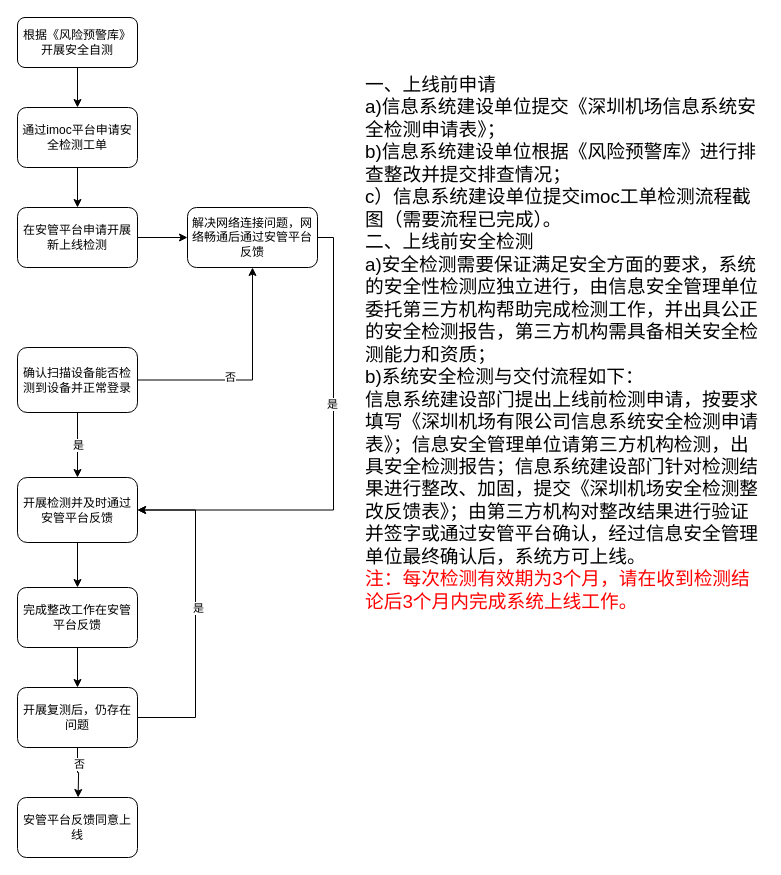
Earlier version of the draw.io diagram 未命名绘图.drawio (JJdwdas/HackReport). Source tidied: cells renumbered, new cells numbered last; positions are measured from the earlier drawing's top-left corner, leaving out a move shared by most shapes. Both pictures are drawn from the tidied source at 100%, with x=0, y=0 at pixel (17, 17).
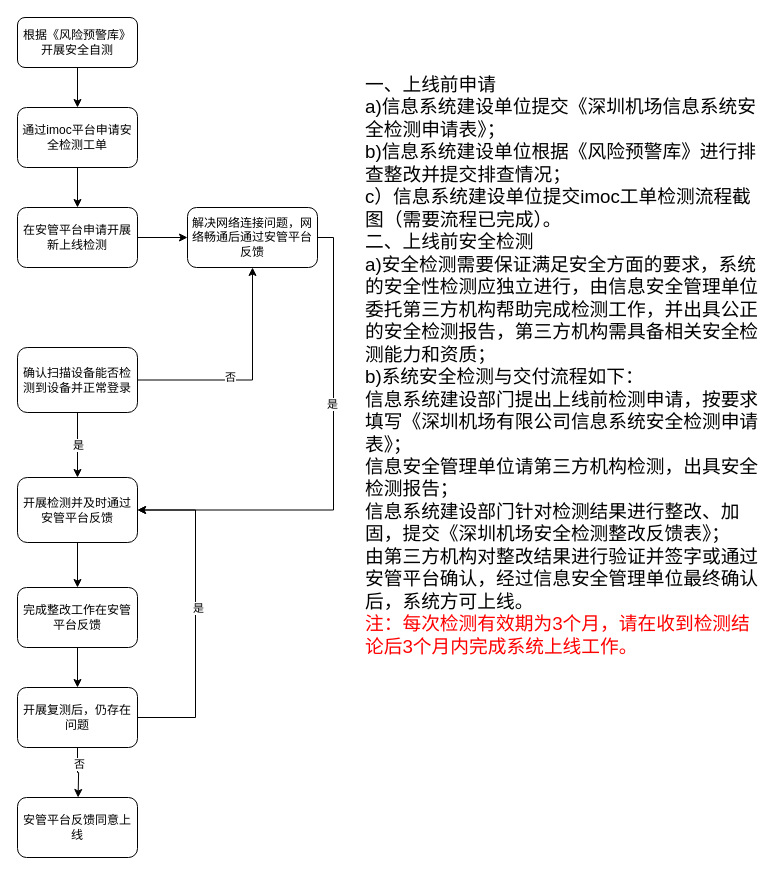
The same page after the edit.

Commit message:
上线检测申请流程.drawio

What changed in the source:
```diff
@@
-    <mxCell id="27" value="&lt;div&gt;&lt;span style=&quot;mso-spacerun:'yes';font-size:14.05pt;font-family:仿宋_GB2312;color:rgb(0,0,0);&quot;&gt;一、上线前申请&lt;br&gt;&lt;/span&gt;&lt;/div&gt;&lt;div&gt;&lt;span style=&quot;mso-spacerun:'yes';font-size:14.05pt;font-family:仿宋_GB2312;color:rgb(0,0,0);&quot;&gt;a)信息系统建设单位提交《深圳机场信息系统安全检测申请表》；&lt;br&gt;&lt;/span&gt;&lt;/div&gt;&lt;div&gt;&lt;span style=&quot;mso-spacerun:'yes';font-size:14.05pt;font-family:仿宋_GB2312;color:rgb(0,0,0);&quot;&gt;b)信息系统建设单位根据《风险预警库》进行排查整改并提交排查情况；&lt;br&gt;&lt;/span&gt;&lt;/div&gt;&lt;div&gt;&lt;span style=&quot;mso-spacerun:'yes';font-size:14.05pt;font-family:仿宋_GB2312;color:rgb(0,0,0);&quot;&gt;c）信息系统建设单位提交imoc工单检测流程截图（需要流程已完成）。&lt;/span&gt;&lt;/div&gt;&lt;div&gt;&lt;span style=&quot;mso-spacerun:'yes';font-size:14.05pt;font-family:仿宋_GB2312;color:rgb(0,0,0);&quot;&gt;二、上线前安全检测&lt;br&gt;&lt;/span&gt;&lt;/div&gt;&lt;div&gt;&lt;span style=&quot;mso-spacerun:'yes';font-size:14.05pt;font-family:仿宋_GB2312;color:rgb(0,0,0);&quot;&gt;a)安全检测需要保证满足安全方面的要求，系统的安全性检测应&lt;/span&gt;&lt;span style=&quot;font-family: 仿宋_GB2312; font-size: 14.05pt; background-color: initial;&quot;&gt;独立进行，由信息安全管理单位委托第三方机构帮助完成检测工&lt;/span&gt;&lt;span style=&quot;font-family: 仿宋_GB2312; font-size: 14.05pt; background-color: initial;&quot;&gt;作，并出具公正的安全检测报告，第三方机构需具备相关安全检&lt;/span&gt;&lt;/div&gt;&lt;div&gt;&lt;span style=&quot;mso-spacerun:'yes';font-size:14.05pt;font-family:仿宋_GB2312;color:rgb(0,0,0);&quot;&gt;测能力和资质；&lt;br&gt;&lt;/span&gt;&lt;/div&gt;&lt;div&gt;&lt;span style=&quot;mso-spacerun:'yes';font-size:14.05pt;font-family:仿宋_GB2312;color:rgb(0,0,0);&quot;&gt;b)系统安全检测与交付流程如下：&lt;br&gt;&lt;/span&gt;&lt;/div&gt;&lt;div&gt;&lt;span style=&quot;mso-spacerun:'yes';font-size:14.05pt;font-family:仿宋_GB2312;color:rgb(0,0,0);&quot;&gt;信息系统建设部门提出上线前检测申请，按要求填写《深圳机&lt;/span&gt;&lt;span style=&quot;font-family: 仿宋_GB2312; font-size: 14.05pt; background-color: initial;&quot;&gt;场有限公司信息系统安全检测申请表》；&lt;/span&gt;&lt;span style=&quot;font-family: 仿宋_GB2312; font-size: 14.05pt; background-color: initial;&quot;&gt;信息安全管理单位请第三方机构检测，出具安全检测报告；&lt;/span&gt;&lt;span style=&quot;font-family: 仿宋_GB2312; font-size: 14.05pt; background-color: initial;&quot;&gt;信息系统建设部门针对检测结果进行整改、加固，提交《深圳&lt;/span&gt;&lt;span style=&quot;font-family: 仿宋_GB2312; font-size: 14.05pt; background-color: initial;&quot;&gt;机场安全检测整改反馈表》；&lt;/span&gt;&lt;span style=&quot;font-family: 仿宋_GB2312; font-size: 14.05pt; background-color: initial;&quot;&gt;由第三方机构对整改结果进行验证并签字或通过安管平台确认，&lt;/span&gt;&lt;span style=&quot;background-color: initial; font-size: 14.05pt; font-family: 仿宋_GB2312;&quot;&gt;经过信息安全管理单位最终确认后，系统方可上线。&lt;/span&gt;&lt;/div&gt;&lt;div&gt;&lt;span style=&quot;background-color: initial; font-size: 14.05pt; font-family: 仿宋_GB2312; color: rgb(255, 0, 0);&quot;&gt;注：每次检测&lt;/span&gt;&lt;span style=&quot;color: rgb(255, 0, 0); font-family: 仿宋_GB2312; font-size: 14.05pt; background-color: initial;&quot;&gt;有效期为3个月，请在收到检测结论后3个月内完成系统上线工作。&lt;/span&gt;&lt;/div&gt;" style="text;whiteSpace=wrap;html=1;" parent="1" vertex="1">
+    <mxCell id="27" value="&lt;div&gt;&lt;span style=&quot;mso-spacerun:'yes';font-size:14.05pt;font-family:仿宋_GB2312;color:rgb(0,0,0);&quot;&gt;一、上线前申请&lt;br&gt;&lt;/span&gt;&lt;/div&gt;&lt;div&gt;&lt;span style=&quot;mso-spacerun:'yes';font-size:14.05pt;font-family:仿宋_GB2312;color:rgb(0,0,0);&quot;&gt;a)信息系统建设单位提交《深圳机场信息系统安全检测申请表》；&lt;br&gt;&lt;/span&gt;&lt;/div&gt;&lt;div&gt;&lt;span style=&quot;mso-spacerun:'yes';font-size:14.05pt;font-family:仿宋_GB2312;color:rgb(0,0,0);&quot;&gt;b)信息系统建设单位根据《风险预警库》进行排查整改并提交排查情况；&lt;br&gt;&lt;/span&gt;&lt;/div&gt;&lt;div&gt;&lt;span style=&quot;mso-spacerun:'yes';font-size:14.05pt;font-family:仿宋_GB2312;color:rgb(0,0,0);&quot;&gt;c）信息系统建设单位提交imoc工单检测流程截图（需要流程已完成）。&lt;/span&gt;&lt;/div&gt;&lt;div&gt;&lt;span style=&quot;mso-spacerun:'yes';font-size:14.05pt;font-family:仿宋_GB2312;color:rgb(0,0,0);&quot;&gt;二、上线前安全检测&lt;br&gt;&lt;/span&gt;&lt;/div&gt;&lt;div&gt;&lt;span style=&quot;mso-spacerun:'yes';font-size:14.05pt;font-family:仿宋_GB2312;color:rgb(0,0,0);&quot;&gt;a)安全检测需要保证满足安全方面的要求，系统的安全性检测应&lt;/span&gt;&lt;span style=&quot;font-family: 仿宋_GB2312; font-size: 14.05pt; background-color: initial;&quot;&gt;独立进行，由信息安全管理单位委托第三方机构帮助完成检测工&lt;/span&gt;&lt;span style=&quot;font-family: 仿宋_GB2312; font-size: 14.05pt; background-color: initial;&quot;&gt;作，并出具公正的安全检测报告，第三方机构需具备相关安全检&lt;/span&gt;&lt;/div&gt;&lt;div&gt;&lt;span style=&quot;mso-spacerun:'yes';font-size:14.05pt;font-family:仿宋_GB2312;color:rgb(0,0,0);&quot;&gt;测能力和资质；&lt;br&gt;&lt;/span&gt;&lt;/div&gt;&lt;div&gt;&lt;span style=&quot;mso-spacerun:'yes';font-size:14.05pt;font-family:仿宋_GB2312;color:rgb(0,0,0);&quot;&gt;b)系统安全检测与交付流程如下：&lt;br&gt;&lt;/span&gt;&lt;/div&gt;&lt;div&gt;&lt;span style=&quot;mso-spacerun:'yes';font-size:14.05pt;font-family:仿宋_GB2312;color:rgb(0,0,0);&quot;&gt;信息系统建设部门提出上线前检测申请，按要求填写《深圳机&lt;/span&gt;&lt;span style=&quot;font-family: 仿宋_GB2312; font-size: 14.05pt; background-color: initial;&quot;&gt;场有限公司信息系统安全检测申请表》；&lt;/span&gt;&lt;/div&gt;&lt;div&gt;&lt;span style=&quot;font-family: 仿宋_GB2312; font-size: 14.05pt; background-color: initial;&quot;&gt;信息安全管理单位请第三方机构检测，出具安全检测报告；&lt;/span&gt;&lt;/div&gt;&lt;div&gt;&lt;span style=&quot;font-family: 仿宋_GB2312; font-size: 14.05pt; background-color: initial;&quot;&gt;信息系统建设部门针对检测结果进行整改、加固，提交《深圳&lt;/span&gt;&lt;span style=&quot;font-family: 仿宋_GB2312; font-size: 14.05pt; background-color: initial;&quot;&gt;机场安全检测整改反馈表》；&lt;/span&gt;&lt;/div&gt;&lt;div&gt;&lt;span style=&quot;font-family: 仿宋_GB2312; font-size: 14.05pt; background-color: initial;&quot;&gt;由第三方机构对整改结果进行验证并签字或通过安管平台确认，&lt;/span&gt;&lt;span style=&quot;background-color: initial; font-size: 14.05pt; font-family: 仿宋_GB2312;&quot;&gt;经过信息安全管理单位最终确认后，系统方可上线。&lt;/span&gt;&lt;/div&gt;&lt;div&gt;&lt;span style=&quot;background-color: initial; font-size: 14.05pt; font-family: 仿宋_GB2312; color: rgb(255, 0, 0);&quot;&gt;注：每次检测&lt;/span&gt;&lt;span style=&quot;color: rgb(255, 0, 0); font-family: 仿宋_GB2312; font-size: 14.05pt; background-color: initial;&quot;&gt;有效期为3个月，请在收到检测结论后3个月内完成系统上线工作。&lt;/span&gt;&lt;/div&gt;" style="text;whiteSpace=wrap;html=1;" parent="1" vertex="1">
       <mxGeometry x="346" y="50" width="400" height="540" as="geometry" />
     </mxCell>
```
